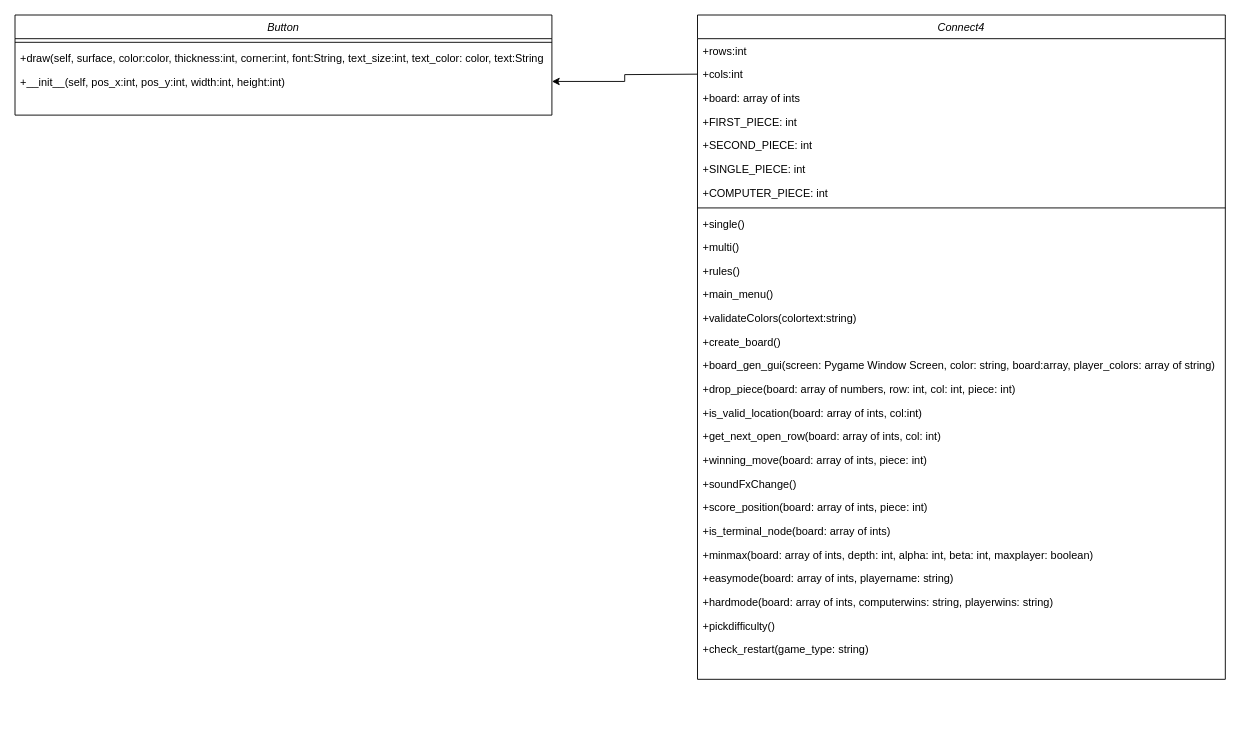
Above: Connect4UML.drawio in cis3296f22/01-connect4group1 (draw.io), before the change. Source tidied: cells renumbered, new cells numbered last; positions are measured from the earlier drawing's top-left corner, leaving out a move shared by most shapes. Both pictures are drawn from the tidied source at 91%, with x=0, y=0 at pixel (15, 15).
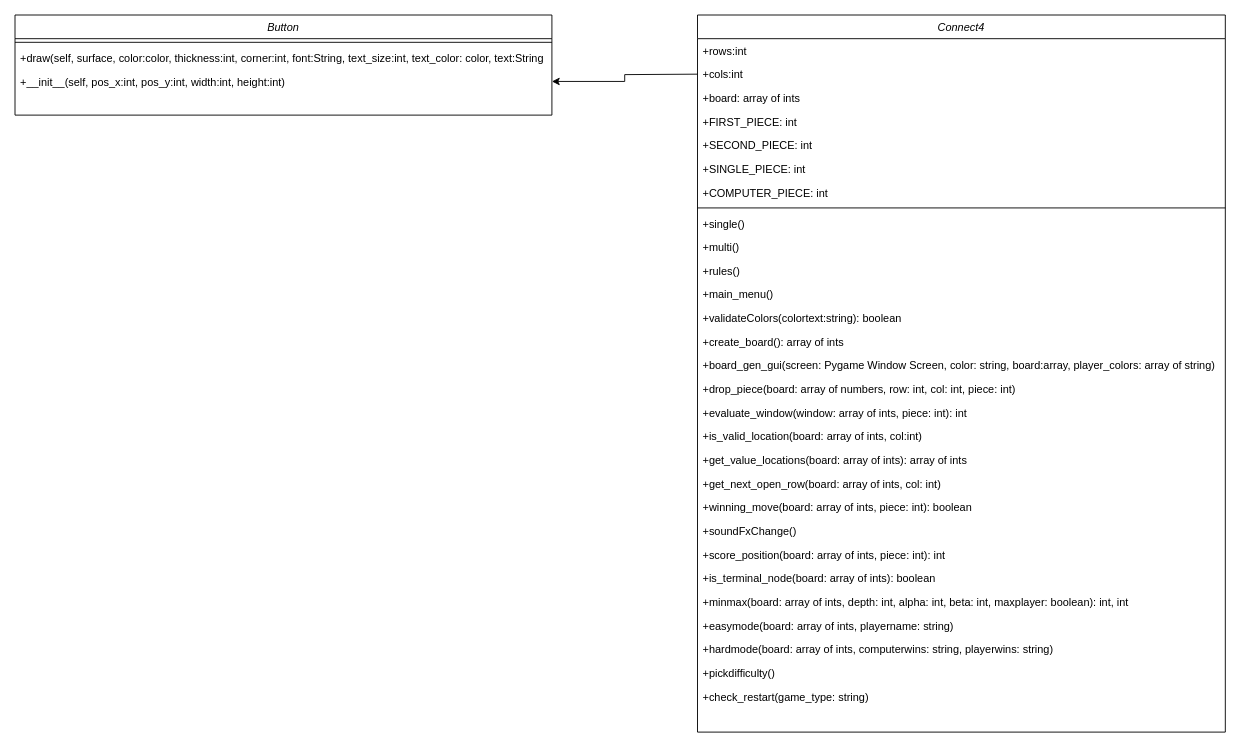
The same page after the edit.

What changed in the source:
```diff
@@
     <mxCell id="2" value="Connect4" style="swimlane;fontStyle=2;align=center;verticalAlign=top;horizontal=1;startSize=26;rounded=0;shadow=0;strokeWidth=1;" parent="1" vertex="1">
-      <mxGeometry x="750" width="580" height="730" as="geometry" />
+      <mxGeometry x="750" width="580" height="788" as="geometry" />
     </mxCell>
@@
-    <mxCell id="15" value="+validateColors(colortext:string)" style="text;align=left;verticalAlign=top;spacingLeft=4;spacingRight=4;overflow=hidden;" parent="2" vertex="1">
+    <mxCell id="15" value="+validateColors(colortext:string): boolean" style="text;align=left;verticalAlign=top;spacingLeft=4;spacingRight=4;overflow=hidden;" parent="2" vertex="1">
       <mxGeometry y="320" width="580" height="26" as="geometry" />
     </mxCell>
-    <mxCell id="16" value="+create_board()" style="text;align=left;verticalAlign=top;spacingLeft=4;spacingRight=4;overflow=hidden;" parent="2" vertex="1">
+    <mxCell id="16" value="+create_board(): array of ints" style="text;align=left;verticalAlign=top;spacingLeft=4;spacingRight=4;overflow=hidden;" parent="2" vertex="1">
       <mxGeometry y="346" width="580" height="26" as="geometry" />
     </mxCell>
@@
+    <mxCell id="35" value="+evaluate_window(window: array of ints, piece: int): int" style="text;align=left;verticalAlign=top;spacingLeft=4;spacingRight=4;overflow=hidden;" parent="2" vertex="1">
+      <mxGeometry y="424" width="580" height="26" as="geometry" />
+    </mxCell>
     <mxCell id="19" value="+is_valid_location(board: array of ints, col:int)" style="text;align=left;verticalAlign=top;spacingLeft=4;spacingRight=4;overflow=hidden;" parent="2" vertex="1">
-      <mxGeometry y="424" width="580" height="26" as="geometry" />
+      <mxGeometry y="450" width="580" height="26" as="geometry" />
     </mxCell>
+    <mxCell id="36" value="+get_value_locations(board: array of ints): array of ints" style="text;align=left;verticalAlign=top;spacingLeft=4;spacingRight=4;overflow=hidden;" parent="2" vertex="1">
+      <mxGeometry y="476" width="580" height="26" as="geometry" />
+    </mxCell>
     <mxCell id="20" value="+get_next_open_row(board: array of ints, col: int)" style="text;align=left;verticalAlign=top;spacingLeft=4;spacingRight=4;overflow=hidden;" parent="2" vertex="1">
-      <mxGeometry y="450" width="580" height="26" as="geometry" />
+      <mxGeometry y="502" width="580" height="26" as="geometry" />
     </mxCell>
-    <mxCell id="21" value="+winning_move(board: array of ints, piece: int)" style="text;align=left;verticalAlign=top;spacingLeft=4;spacingRight=4;overflow=hidden;" parent="2" vertex="1">
-      <mxGeometry y="476" width="580" height="26" as="geometry" />
+    <mxCell id="21" value="+winning_move(board: array of ints, piece: int): boolean" style="text;align=left;verticalAlign=top;spacingLeft=4;spacingRight=4;overflow=hidden;" parent="2" vertex="1">
+      <mxGeometry y="528" width="580" height="26" as="geometry" />
     </mxCell>
     <mxCell id="22" value="+soundFxChange()" style="text;align=left;verticalAlign=top;spacingLeft=4;spacingRight=4;overflow=hidden;" parent="2" vertex="1">
-      <mxGeometry y="502" width="580" height="26" as="geometry" />
+      <mxGeometry y="554" width="580" height="26" as="geometry" />
     </mxCell>
-    <mxCell id="23" value="+score_position(board: array of ints, piece: int)" style="text;align=left;verticalAlign=top;spacingLeft=4;spacingRight=4;overflow=hidden;" parent="2" vertex="1">
-      <mxGeometry y="528" width="580" height="26" as="geometry" />
+    <mxCell id="23" value="+score_position(board: array of ints, piece: int): int" style="text;align=left;verticalAlign=top;spacingLeft=4;spacingRight=4;overflow=hidden;" parent="2" vertex="1">
+      <mxGeometry y="580" width="580" height="26" as="geometry" />
     </mxCell>
-    <mxCell id="24" value="+is_terminal_node(board: array of ints)" style="text;align=left;verticalAlign=top;spacingLeft=4;spacingRight=4;overflow=hidden;" parent="2" vertex="1">
-      <mxGeometry y="554" width="580" height="26" as="geometry" />
+    <mxCell id="24" value="+is_terminal_node(board: array of ints): boolean" style="text;align=left;verticalAlign=top;spacingLeft=4;spacingRight=4;overflow=hidden;" parent="2" vertex="1">
+      <mxGeometry y="606" width="580" height="26" as="geometry" />
     </mxCell>
-    <mxCell id="25" value="+minmax(board: array of ints, depth: int, alpha: int, beta: int, maxplayer: boolean)" style="text;align=left;verticalAlign=top;spacingLeft=4;spacingRight=4;overflow=hidden;" parent="2" vertex="1">
-      <mxGeometry y="580" width="580" height="26" as="geometry" />
+    <mxCell id="25" value="+minmax(board: array of ints, depth: int, alpha: int, beta: int, maxplayer: boolean): int, int" style="text;align=left;verticalAlign=top;spacingLeft=4;spacingRight=4;overflow=hidden;" parent="2" vertex="1">
+      <mxGeometry y="632" width="580" height="26" as="geometry" />
     </mxCell>
     <mxCell id="26" value="+easymode(board: array of ints, playername: string)" style="text;align=left;verticalAlign=top;spacingLeft=4;spacingRight=4;overflow=hidden;" parent="2" vertex="1">
-      <mxGeometry y="606" width="580" height="26" as="geometry" />
+      <mxGeometry y="658" width="580" height="26" as="geometry" />
     </mxCell>
     <mxCell id="27" value="+hardmode(board: array of ints, computerwins: string, playerwins: string)" style="text;align=left;verticalAlign=top;spacingLeft=4;spacingRight=4;overflow=hidden;" parent="2" vertex="1">
-      <mxGeometry y="632" width="580" height="26" as="geometry" />
+      <mxGeometry y="684" width="580" height="26" as="geometry" />
     </mxCell>
     <mxCell id="28" value="+pickdifficulty()" style="text;align=left;verticalAlign=top;spacingLeft=4;spacingRight=4;overflow=hidden;" parent="2" vertex="1">
-      <mxGeometry y="658" width="580" height="26" as="geometry" />
+      <mxGeometry y="710" width="580" height="26" as="geometry" />
     </mxCell>
     <mxCell id="29" value="+check_restart(game_type: string)" style="text;align=left;verticalAlign=top;spacingLeft=4;spacingRight=4;overflow=hidden;" parent="2" vertex="1">
-      <mxGeometry y="684" width="580" height="26" as="geometry" />
+      <mxGeometry y="736" width="580" height="26" as="geometry" />
     </mxCell>
```
